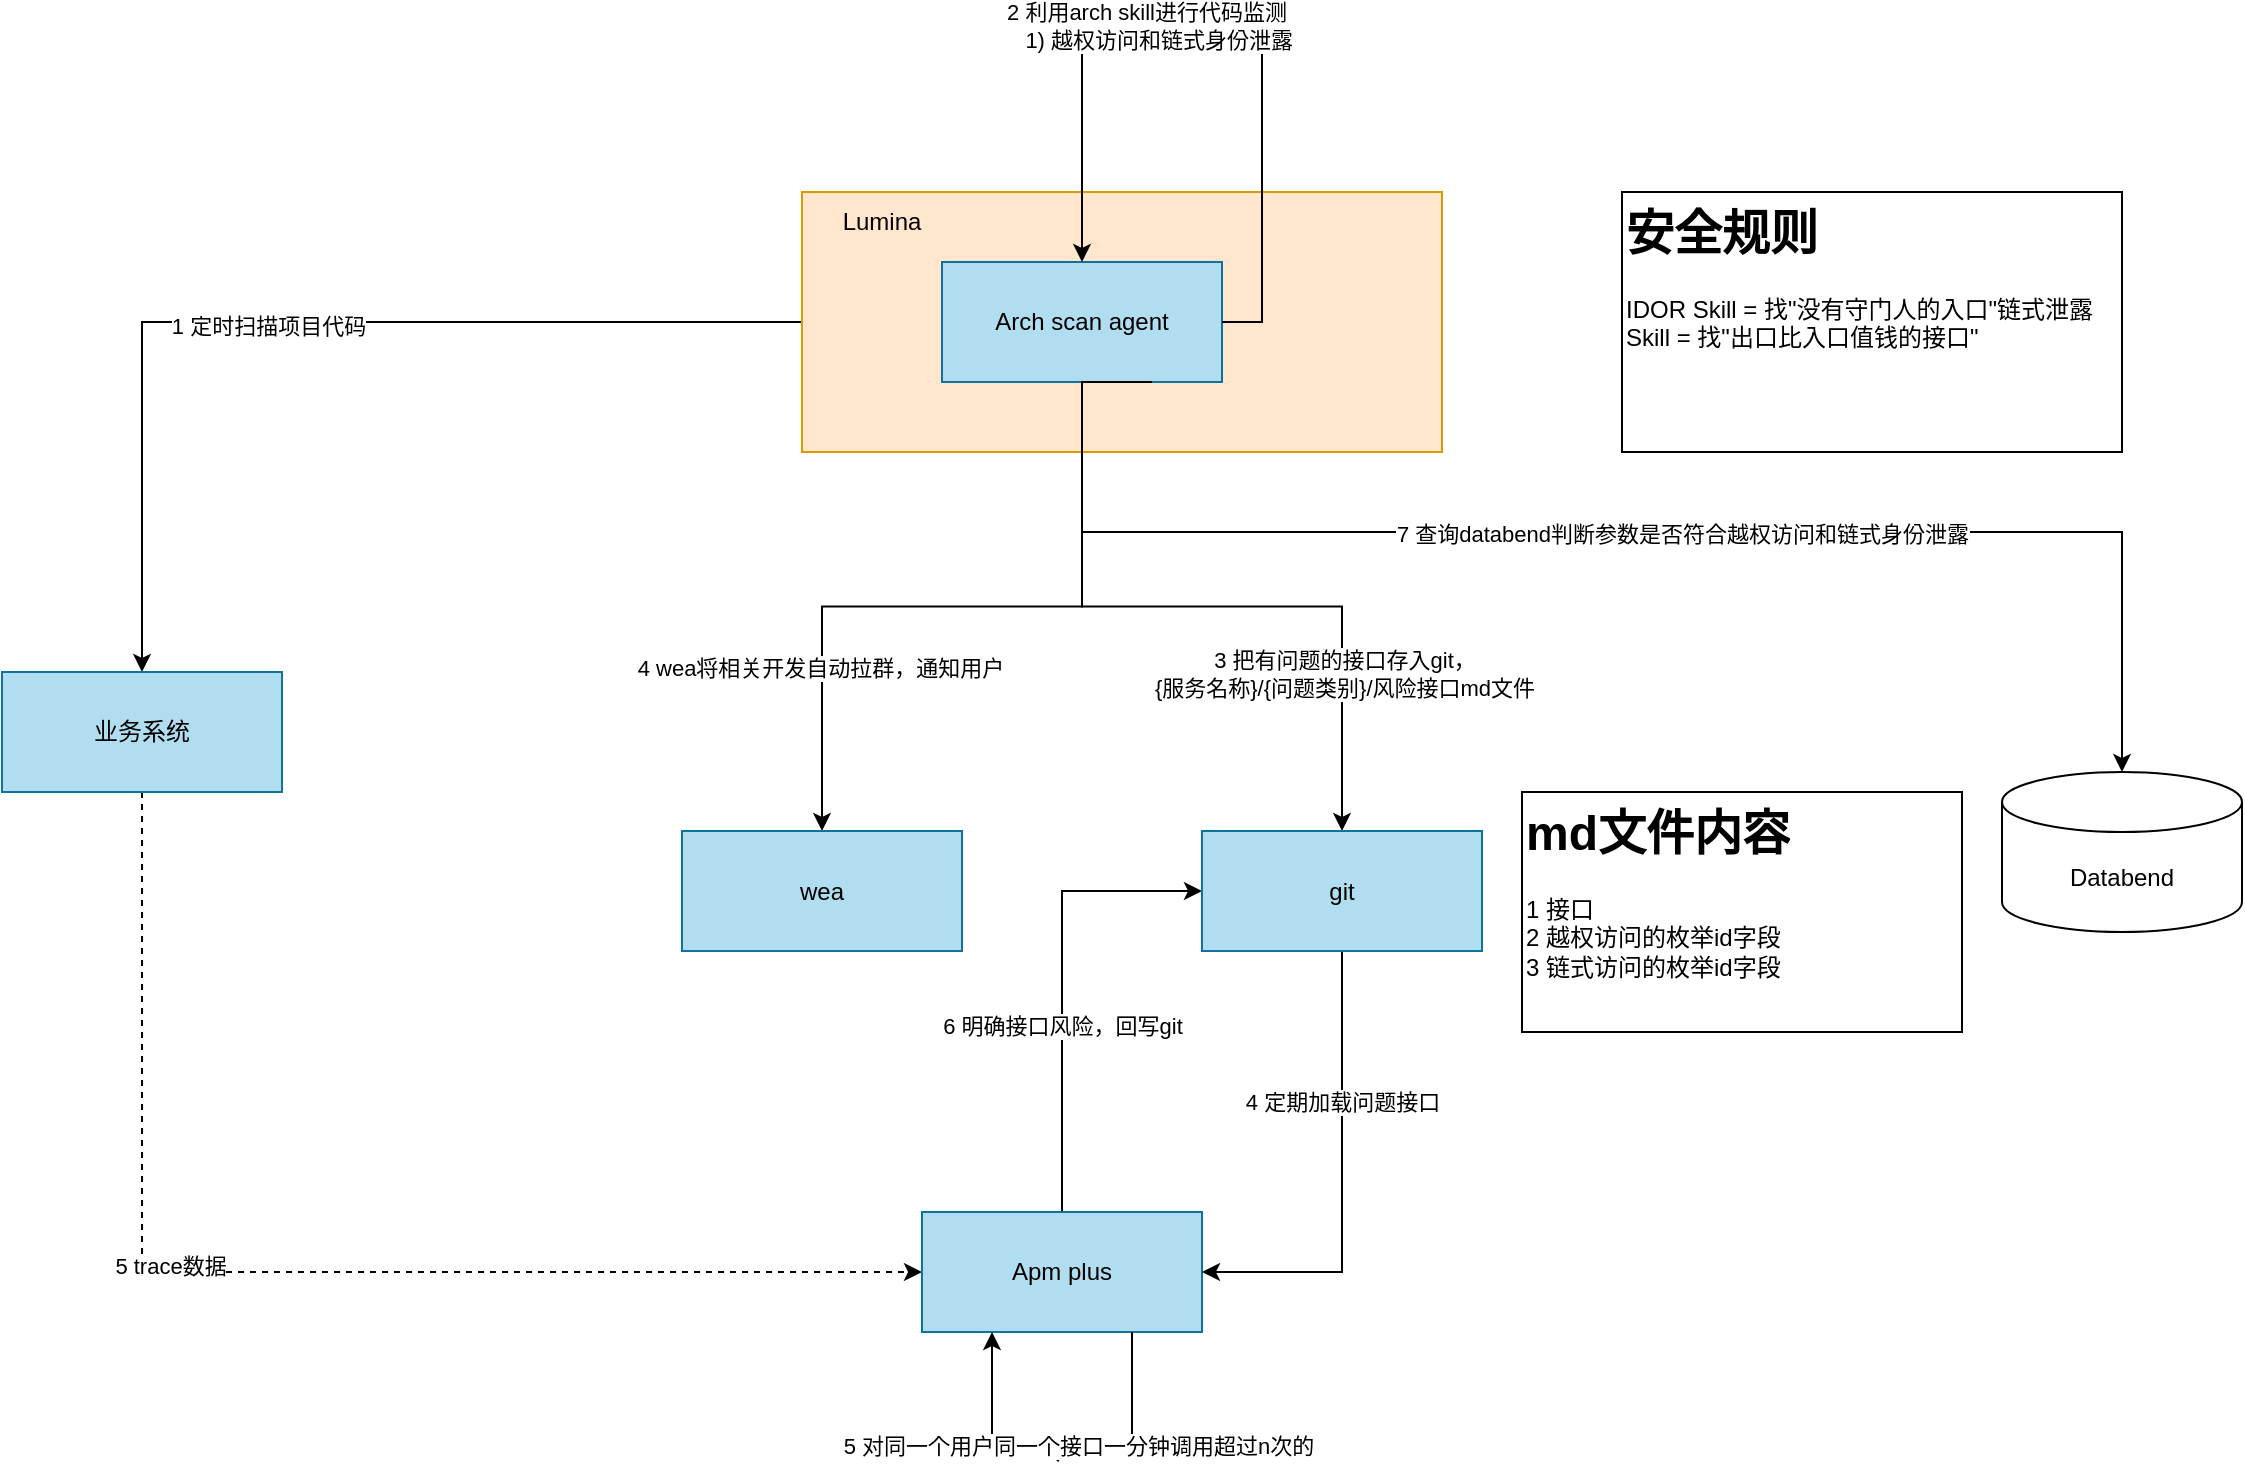
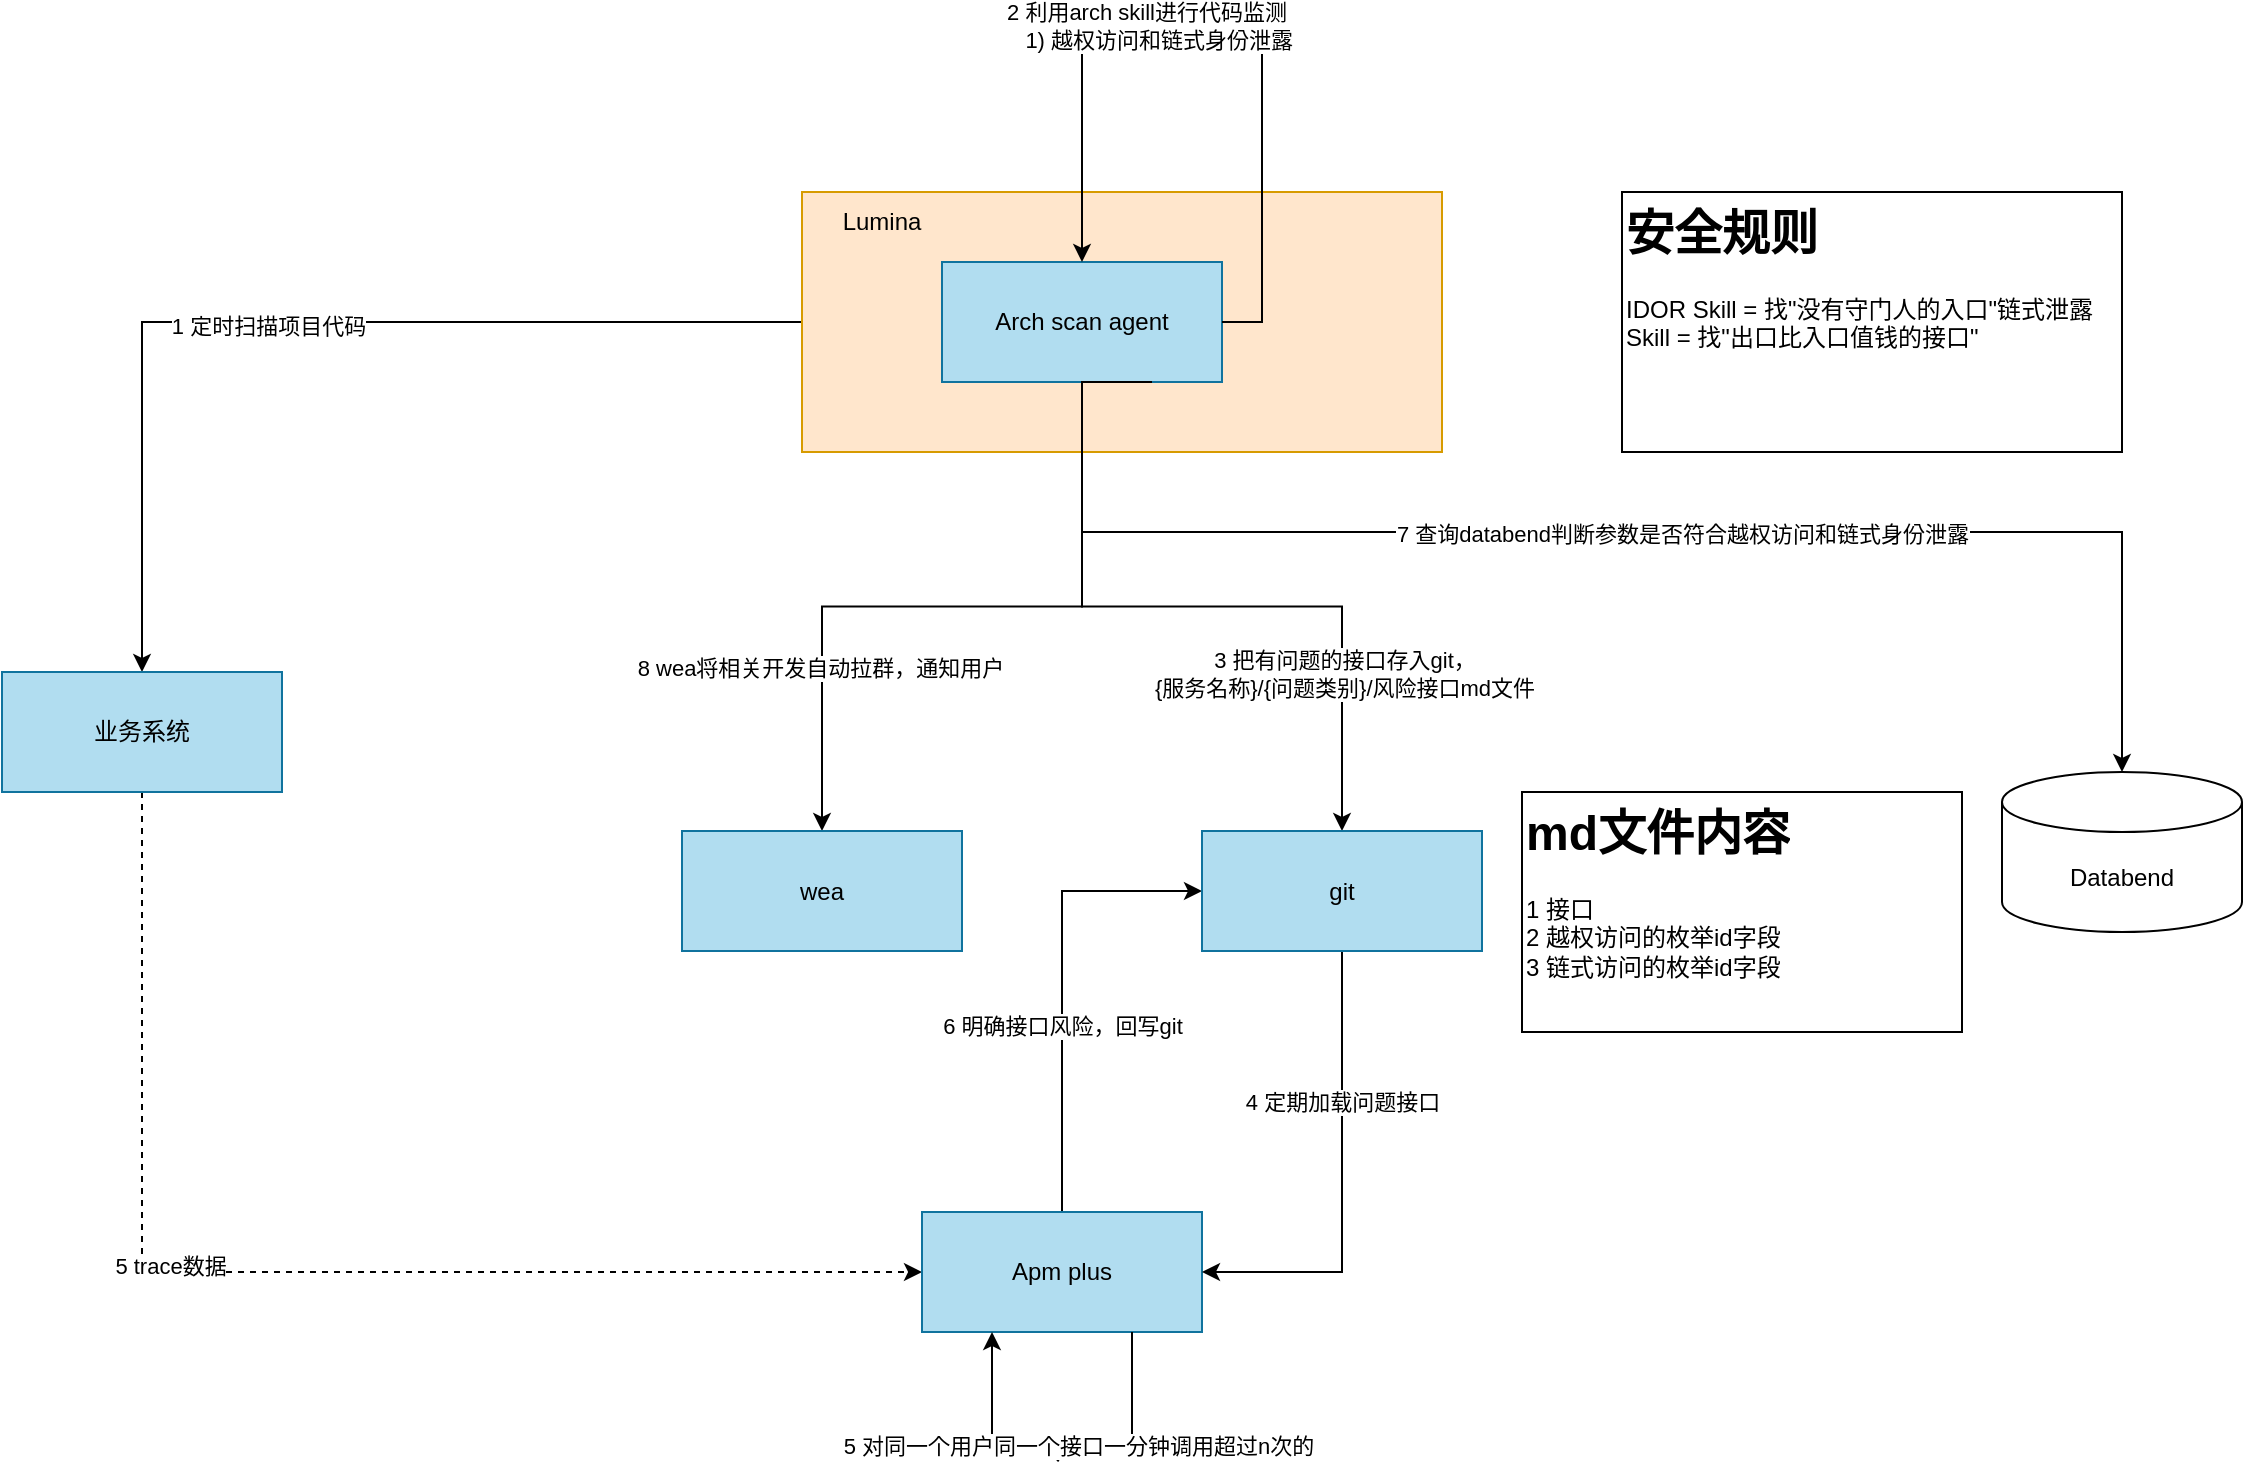
<mxfile host="app.diagrams.net">
  <diagram name="第 1 页" id="v4d0oD99BJNh_s1QToVL">
    <mxGraphModel dx="1222" dy="764" grid="1" gridSize="10" guides="1" tooltips="1" connect="1" arrows="1" fold="1" page="1" pageScale="1" pageWidth="3300" pageHeight="2339" math="0" shadow="0">
      <root>
        <mxCell id="0" />
        <mxCell id="1" parent="0" />
        <mxCell id="BZSGkBbcOcEUag34DBB_-2" edge="1" parent="1" source="SJECwPXb0EPlWWx2axZS-5" style="edgeStyle=orthogonalEdgeStyle;rounded=0;orthogonalLoop=1;jettySize=auto;html=1;exitX=0;exitY=0.5;exitDx=0;exitDy=0;" target="BZSGkBbcOcEUag34DBB_-1">
          <mxGeometry relative="1" as="geometry" />
        </mxCell>
        <mxCell id="BZSGkBbcOcEUag34DBB_-9" connectable="0" parent="BZSGkBbcOcEUag34DBB_-2" style="edgeLabel;html=1;align=center;verticalAlign=middle;resizable=0;points=[];" value="1 定时扫描项目代码" vertex="1">
          <mxGeometry relative="1" x="0.0582" y="2" as="geometry">
            <mxPoint as="offset" />
          </mxGeometry>
        </mxCell>
        <mxCell id="SJECwPXb0EPlWWx2axZS-5" parent="1" style="rounded=0;whiteSpace=wrap;html=1;fillColor=#ffe6cc;strokeColor=#d79b00;" value="" vertex="1">
          <mxGeometry height="130" width="320" x="530" y="160" as="geometry" />
        </mxCell>
        <mxCell id="BZSGkBbcOcEUag34DBB_-19" edge="1" parent="1" source="BZSGkBbcOcEUag34DBB_-1" style="edgeStyle=orthogonalEdgeStyle;rounded=0;orthogonalLoop=1;jettySize=auto;html=1;exitX=0.5;exitY=1;exitDx=0;exitDy=0;entryX=0;entryY=0.5;entryDx=0;entryDy=0;dashed=1;" target="BZSGkBbcOcEUag34DBB_-3">
          <mxGeometry relative="1" as="geometry" />
        </mxCell>
        <mxCell id="BZSGkBbcOcEUag34DBB_-20" connectable="0" parent="BZSGkBbcOcEUag34DBB_-19" style="edgeLabel;html=1;align=center;verticalAlign=middle;resizable=0;points=[];" value="5 trace数据" vertex="1">
          <mxGeometry relative="1" x="-0.1937" y="3" as="geometry">
            <mxPoint as="offset" />
          </mxGeometry>
        </mxCell>
        <mxCell id="BZSGkBbcOcEUag34DBB_-1" parent="1" style="rounded=0;whiteSpace=wrap;html=1;fillColor=#b1ddf0;strokeColor=#10739e;" value="业务系统" vertex="1">
          <mxGeometry height="60" width="140" x="130" y="400" as="geometry" />
        </mxCell>
        <mxCell id="BZSGkBbcOcEUag34DBB_-23" edge="1" parent="1" source="BZSGkBbcOcEUag34DBB_-3" style="edgeStyle=orthogonalEdgeStyle;rounded=0;orthogonalLoop=1;jettySize=auto;html=1;exitX=0.5;exitY=0;exitDx=0;exitDy=0;entryX=0;entryY=0.5;entryDx=0;entryDy=0;" target="BZSGkBbcOcEUag34DBB_-6">
          <mxGeometry relative="1" as="geometry" />
        </mxCell>
        <mxCell id="BZSGkBbcOcEUag34DBB_-24" connectable="0" parent="BZSGkBbcOcEUag34DBB_-23" style="edgeLabel;html=1;align=center;verticalAlign=middle;resizable=0;points=[];" value="6 明确接口风险，回写git" vertex="1">
          <mxGeometry relative="1" x="-0.1931" as="geometry">
            <mxPoint as="offset" />
          </mxGeometry>
        </mxCell>
        <mxCell id="BZSGkBbcOcEUag34DBB_-3" parent="1" style="rounded=0;whiteSpace=wrap;html=1;fillColor=#b1ddf0;strokeColor=#10739e;" value="Apm plus" vertex="1">
          <mxGeometry height="60" width="140" x="590" y="670" as="geometry" />
        </mxCell>
        <mxCell id="BZSGkBbcOcEUag34DBB_-7" edge="1" parent="1" source="SJECwPXb0EPlWWx2axZS-4" style="edgeStyle=orthogonalEdgeStyle;rounded=0;orthogonalLoop=1;jettySize=auto;html=1;exitX=0.5;exitY=1;exitDx=0;exitDy=0;" target="BZSGkBbcOcEUag34DBB_-6">
          <mxGeometry relative="1" as="geometry" />
        </mxCell>
        <mxCell id="BZSGkBbcOcEUag34DBB_-14" connectable="0" parent="BZSGkBbcOcEUag34DBB_-7" style="edgeLabel;html=1;align=center;verticalAlign=middle;resizable=0;points=[];" value="3 把有问题的接口存入git，&lt;div&gt;{服务名称}/&lt;span style=&quot;background-color: light-dark(#ffffff, var(--ge-dark-color, #121212)); color: light-dark(rgb(0, 0, 0), rgb(255, 255, 255));&quot;&gt;{问题类别}/风险接口md文件&lt;/span&gt;&lt;/div&gt;" vertex="1">
          <mxGeometry relative="1" x="0.0845" y="1" as="geometry">
            <mxPoint x="51" y="34" as="offset" />
          </mxGeometry>
        </mxCell>
        <mxCell id="BZSGkBbcOcEUag34DBB_-8" edge="1" parent="1" source="SJECwPXb0EPlWWx2axZS-4" style="edgeStyle=orthogonalEdgeStyle;rounded=0;orthogonalLoop=1;jettySize=auto;html=1;exitX=0.5;exitY=1;exitDx=0;exitDy=0;" target="BZSGkBbcOcEUag34DBB_-5">
          <mxGeometry relative="1" as="geometry" />
        </mxCell>
-         <mxCell id="BZSGkBbcOcEUag34DBB_-15" connectable="0" parent="BZSGkBbcOcEUag34DBB_-8" style="edgeLabel;html=1;align=center;verticalAlign=middle;resizable=0;points=[];" value="4 wea将相关开发自动拉群，通知用户" vertex="1">
+         <mxCell id="BZSGkBbcOcEUag34DBB_-15" connectable="0" parent="BZSGkBbcOcEUag34DBB_-8" style="edgeLabel;html=1;align=center;verticalAlign=middle;resizable=0;points=[];" value="8 wea将相关开发自动拉群，通知用户" vertex="1">
          <mxGeometry relative="1" x="0.538" y="-1" as="geometry">
            <mxPoint as="offset" />
          </mxGeometry>
        </mxCell>
        <mxCell id="SJECwPXb0EPlWWx2axZS-4" parent="1" style="rounded=0;whiteSpace=wrap;html=1;fillColor=#b1ddf0;strokeColor=#10739e;" value="Arch scan agent" vertex="1">
          <mxGeometry height="60" width="140" x="600" y="195" as="geometry" />
        </mxCell>
        <mxCell id="BZSGkBbcOcEUag34DBB_-4" parent="1" style="text;html=1;whiteSpace=wrap;strokeColor=none;fillColor=none;align=center;verticalAlign=middle;rounded=0;" value="Lumina" vertex="1">
          <mxGeometry height="30" width="60" x="540" y="160" as="geometry" />
        </mxCell>
        <mxCell id="BZSGkBbcOcEUag34DBB_-5" parent="1" style="rounded=0;whiteSpace=wrap;html=1;fillColor=#b1ddf0;strokeColor=#10739e;" value="wea" vertex="1">
          <mxGeometry height="60" width="140" x="470" y="479.5" as="geometry" />
        </mxCell>
        <mxCell id="BZSGkBbcOcEUag34DBB_-17" edge="1" parent="1" source="BZSGkBbcOcEUag34DBB_-6" style="edgeStyle=orthogonalEdgeStyle;rounded=0;orthogonalLoop=1;jettySize=auto;html=1;exitX=0.5;exitY=1;exitDx=0;exitDy=0;entryX=1;entryY=0.5;entryDx=0;entryDy=0;" target="BZSGkBbcOcEUag34DBB_-3">
          <mxGeometry relative="1" as="geometry" />
        </mxCell>
        <mxCell id="BZSGkBbcOcEUag34DBB_-18" connectable="0" parent="BZSGkBbcOcEUag34DBB_-17" style="edgeLabel;html=1;align=center;verticalAlign=middle;resizable=0;points=[];" value="4 定期加载问题接口" vertex="1">
          <mxGeometry relative="1" x="-0.3536" as="geometry">
            <mxPoint y="1" as="offset" />
          </mxGeometry>
        </mxCell>
        <mxCell id="BZSGkBbcOcEUag34DBB_-6" parent="1" style="rounded=0;whiteSpace=wrap;html=1;fillColor=#b1ddf0;strokeColor=#10739e;" value="git" vertex="1">
          <mxGeometry height="60" width="140" x="730" y="479.5" as="geometry" />
        </mxCell>
        <mxCell id="BZSGkBbcOcEUag34DBB_-12" edge="1" parent="1" source="SJECwPXb0EPlWWx2axZS-4" style="edgeStyle=orthogonalEdgeStyle;rounded=0;orthogonalLoop=1;jettySize=auto;html=1;exitX=1;exitY=0.5;exitDx=0;exitDy=0;entryX=0.5;entryY=0;entryDx=0;entryDy=0;" target="SJECwPXb0EPlWWx2axZS-4">
          <mxGeometry relative="1" as="geometry">
            <Array as="points">
              <mxPoint x="760" y="225" />
              <mxPoint x="760" y="80" />
              <mxPoint x="670" y="80" />
            </Array>
          </mxGeometry>
        </mxCell>
        <mxCell id="BZSGkBbcOcEUag34DBB_-13" connectable="0" parent="BZSGkBbcOcEUag34DBB_-12" style="edgeLabel;html=1;align=center;verticalAlign=middle;resizable=0;points=[];" value="2 利用arch skill进行代码监测&lt;div&gt;&amp;nbsp; &amp;nbsp; 1) 越权访问和链式身份泄露&lt;/div&gt;" vertex="1">
          <mxGeometry relative="1" x="0.2054" y="-3" as="geometry">
            <mxPoint as="offset" />
          </mxGeometry>
        </mxCell>
        <mxCell id="BZSGkBbcOcEUag34DBB_-21" edge="1" parent="1" source="BZSGkBbcOcEUag34DBB_-3" style="edgeStyle=orthogonalEdgeStyle;rounded=0;orthogonalLoop=1;jettySize=auto;html=1;exitX=0.75;exitY=1;exitDx=0;exitDy=0;entryX=0.25;entryY=1;entryDx=0;entryDy=0;" target="BZSGkBbcOcEUag34DBB_-3" value="、">
          <mxGeometry relative="1" as="geometry">
            <Array as="points">
              <mxPoint x="695" y="790" />
              <mxPoint x="625" y="790" />
            </Array>
          </mxGeometry>
        </mxCell>
        <mxCell id="BZSGkBbcOcEUag34DBB_-22" connectable="0" parent="BZSGkBbcOcEUag34DBB_-21" style="edgeLabel;html=1;align=center;verticalAlign=middle;resizable=0;points=[];" value="5 对同一个用户同一个接口一分钟调用超过n次的" vertex="1">
          <mxGeometry relative="1" x="-0.0842" y="-3" as="geometry">
            <mxPoint as="offset" />
          </mxGeometry>
        </mxCell>
        <mxCell id="BZSGkBbcOcEUag34DBB_-26" parent="1" style="text;html=1;whiteSpace=wrap;overflow=hidden;rounded=0;strokeColor=default;" value="&lt;h1 style=&quot;margin-top: 0px;&quot;&gt;md文件内容&lt;/h1&gt;&lt;p&gt;1 接口&lt;br&gt;2 越权访问的枚举id字段&lt;br&gt;3 链式访问的&lt;span style=&quot;background-color: transparent; color: light-dark(rgb(0, 0, 0), rgb(255, 255, 255));&quot;&gt;枚举id字段&lt;/span&gt;&lt;/p&gt;" vertex="1">
          <mxGeometry height="120" width="220" x="890" y="460" as="geometry" />
        </mxCell>
        <mxCell id="BZSGkBbcOcEUag34DBB_-27" parent="1" style="shape=cylinder3;whiteSpace=wrap;html=1;boundedLbl=1;backgroundOutline=1;size=15;" value="Databend" vertex="1">
          <mxGeometry height="80" width="120" x="1130" y="450" as="geometry" />
        </mxCell>
        <mxCell id="BZSGkBbcOcEUag34DBB_-30" edge="1" parent="1" source="SJECwPXb0EPlWWx2axZS-4" style="edgeStyle=orthogonalEdgeStyle;rounded=0;orthogonalLoop=1;jettySize=auto;html=1;exitX=0.75;exitY=1;exitDx=0;exitDy=0;entryX=0.5;entryY=0;entryDx=0;entryDy=0;entryPerimeter=0;" target="BZSGkBbcOcEUag34DBB_-27">
          <mxGeometry relative="1" as="geometry">
            <Array as="points">
              <mxPoint x="670" y="255" />
              <mxPoint x="670" y="330" />
              <mxPoint x="1190" y="330" />
            </Array>
          </mxGeometry>
        </mxCell>
        <mxCell id="BZSGkBbcOcEUag34DBB_-31" connectable="0" parent="BZSGkBbcOcEUag34DBB_-30" style="edgeLabel;html=1;align=center;verticalAlign=middle;resizable=0;points=[];" value="7 查询databend判断参数是否符合越权访问和链式身份泄露" vertex="1">
          <mxGeometry relative="1" x="-0.1573" y="-1" as="geometry">
            <mxPoint x="94" as="offset" />
          </mxGeometry>
        </mxCell>
        <mxCell id="BZSGkBbcOcEUag34DBB_-32" parent="1" style="text;html=1;whiteSpace=wrap;overflow=hidden;rounded=0;strokeColor=default;" value="&lt;h1 style=&quot;margin-top: 0px;&quot;&gt;安全规则&lt;/h1&gt;&lt;p&gt;IDOR Skill = 找&quot;没有守门人的入口&quot;&lt;span style=&quot;background-color: transparent; color: light-dark(rgb(0, 0, 0), rgb(255, 255, 255));&quot;&gt;链式泄露 Skill = 找&quot;出口比入口值钱的接口&quot;&lt;/span&gt;&lt;/p&gt;" vertex="1">
          <mxGeometry height="130" width="250" x="940" y="160" as="geometry" />
        </mxCell>
      </root>
    </mxGraphModel>
  </diagram>
</mxfile>
